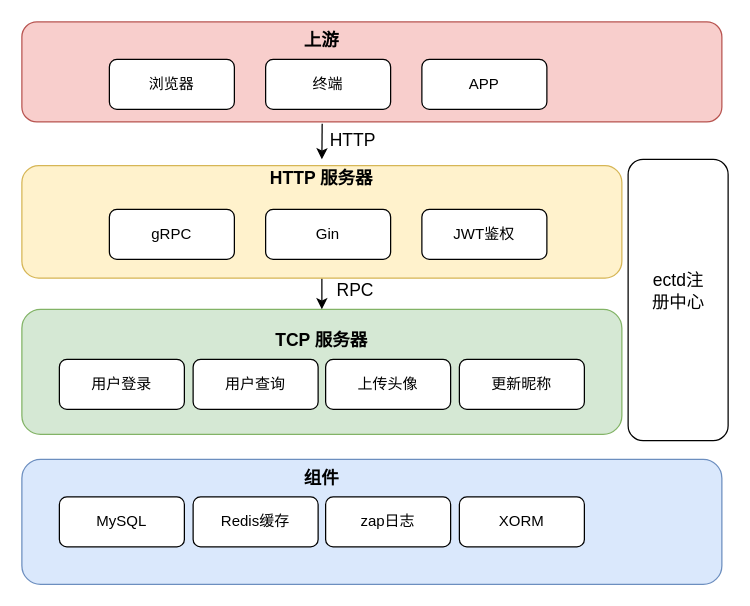
Above: 文档材料/entry_task架构图.drawio in DingYuan0118/et_task (draw.io), before the change. Source tidied: cells renumbered, new cells numbered last; positions are measured from the earlier drawing's top-left corner, leaving out a move shared by most shapes. Both pictures are drawn from the tidied source at 125%, with x=0, y=0 at pixel (21, 21).
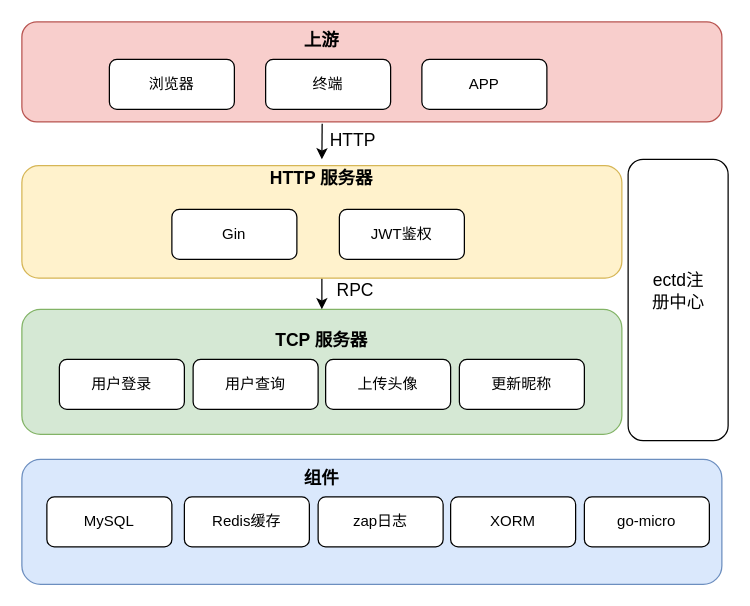
After the change.

What changed in the source:
```diff
@@
     <mxCell id="4" value="MySQL" style="rounded=1;whiteSpace=wrap;html=1;" parent="1" vertex="1">
-      <mxGeometry x="30" y="380" width="100" height="40" as="geometry" />
+      <mxGeometry x="20" y="380" width="100" height="40" as="geometry" />
     </mxCell>
     <mxCell id="5" value="Redis缓存" style="rounded=1;whiteSpace=wrap;html=1;" parent="1" vertex="1">
-      <mxGeometry x="137" y="380" width="100" height="40" as="geometry" />
+      <mxGeometry x="130" y="380" width="100" height="40" as="geometry" />
     </mxCell>
@@
     <mxCell id="7" value="zap日志" style="rounded=1;whiteSpace=wrap;html=1;" parent="1" vertex="1">
-      <mxGeometry x="243" y="380" width="100" height="40" as="geometry" />
+      <mxGeometry x="237" y="380" width="100" height="40" as="geometry" />
     </mxCell>
@@
-    <mxCell id="23" value="gRPC" style="rounded=1;whiteSpace=wrap;html=1;" parent="1" vertex="1">
-      <mxGeometry x="70" y="150" width="100" height="40" as="geometry" />
-    </mxCell>
     <mxCell id="24" value="Gin" style="rounded=1;whiteSpace=wrap;html=1;" parent="1" vertex="1">
-      <mxGeometry x="195" y="150" width="100" height="40" as="geometry" />
+      <mxGeometry x="120" y="150" width="100" height="40" as="geometry" />
     </mxCell>
     <mxCell id="25" value="JWT鉴权" style="rounded=1;whiteSpace=wrap;html=1;" parent="1" vertex="1">
-      <mxGeometry x="320" y="150" width="100" height="40" as="geometry" />
+      <mxGeometry x="254" y="150" width="100" height="40" as="geometry" />
     </mxCell>
@@
     <mxCell id="29" value="XORM" style="rounded=1;whiteSpace=wrap;html=1;" parent="1" vertex="1">
-      <mxGeometry x="350" y="380" width="100" height="40" as="geometry" />
+      <mxGeometry x="343" y="380" width="100" height="40" as="geometry" />
     </mxCell>
+    <mxCell id="30" value="go-micro" style="rounded=1;whiteSpace=wrap;html=1;" parent="1" vertex="1">
+      <mxGeometry x="450" y="380" width="100" height="40" as="geometry" />
+    </mxCell>
```
